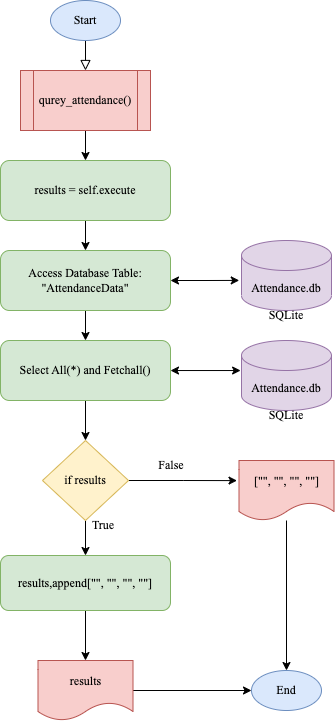
Before: Flow3.drawio.png, a diagram exported from draw.io (Raijeee/ShuttleTrack). Source tidied: cells renumbered, new cells last; positions are measured from the earlier drawing's top-left corner, leaving out a move shared by most shapes.
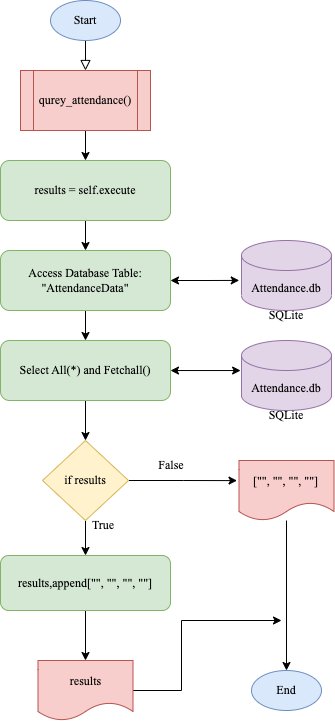
The same diagram one commit later.

The edit, as a diff of the source:
```diff
@@ -77,9 +77,16 @@
     <mxCell id="25" value="&lt;font face=&quot;Times New Roman&quot;&gt;results,append&lt;/font&gt;&lt;span style=&quot;font-family: &amp;quot;Times New Roman&amp;quot;;&quot;&gt;[&quot;&quot;, &quot;&quot;, &quot;&quot;, &quot;&quot;]&lt;/span&gt;&lt;span style=&quot;color: rgba(0, 0, 0, 0); font-family: monospace; font-size: 0px; text-align: start;&quot;&gt;%3CmxGraphModel%3E%3Croot%3E%3CmxCell%20id%3D%220%22%2F%3E%3CmxCell%20id%3D%221%22%20parent%3D%220%22%2F%3E%3CmxCell%20id%3D%222%22%20value%3D%22%26lt%3Bfont%20face%3D%26quot%3BTimes%20New%20Roman%26quot%3B%26gt%3BSelect%20All(*)%20and%20Fetchall()%26lt%3B%2Ffont%26gt%3B%22%20style%3D%22rounded%3D1%3BwhiteSpace%3Dwrap%3Bhtml%3D1%3BfillColor%3D%23d5e8d4%3BstrokeColor%3D%2382b366%3B%22%20vertex%3D%221%22%20parent%3D%221%22%3E%3CmxGeometry%20x%3D%22329%22%20y%3D%22370%22%20width%3D%22170%22%20height%3D%2260%22%20as%3D%22geometry%22%2F%3E%3C%2FmxCell%3E%3C%2Froot%3E%3C%2FmxGraphModel%3E&lt;/span&gt;&lt;span style=&quot;color: rgba(0, 0, 0, 0); font-family: monospace; font-size: 0px; text-align: start;&quot;&gt;%3CmxGraphModel%3E%3Croot%3E%3CmxCell%20id%3D%220%22%2F%3E%3CmxCell%20id%3D%221%22%20parent%3D%220%22%2F%3E%3CmxCell%20id%3D%222%22%20value%3D%22%26lt%3Bfont%20face%3D%26quot%3BTimes%20New%20Roman%26quot%3B%26gt%3BSelect%20All(*)%20and%20Fetchall()%26lt%3B%2Ffont%26gt%3B%22%20style%3D%22rounded%3D1%3BwhiteSpace%3Dwrap%3Bhtml%3D1%3BfillColor%3D%23d5e8d4%3BstrokeColor%3D%2382b366%3B%22%20vertex%3D%221%22%20parent%3D%221%22%3E%3CmxGeometry%20x%3D%22329%22%20y%3D%22370%22%20width%3D%22170%22%20height%3D%2260%22%20as%3D%22geometry%22%2F%3E%3C%2FmxCell%3E%3C%2Froot%3E%3C%2FmxGraphModel%3E&lt;/span&gt;" style="rounded=1;whiteSpace=wrap;html=1;fillColor=#d5e8d4;strokeColor=#82b366;" parent="1" vertex="1">
       <mxGeometry y="555" width="170" height="55" as="geometry" />
     </mxCell>
-    <mxCell id="26" style="edgeStyle=orthogonalEdgeStyle;rounded=0;jettySize=auto;html=1;entryX=0;entryY=0.5;entryDx=0;entryDy=0;fontFamily=Times New Roman;startArrow=none;startFill=0;" parent="1" edge="1" source="27" target="28">
-      <mxGeometry relative="1" as="geometry" />
-    </mxCell>
+    <mxCell id="30" style="edgeStyle=orthogonalEdgeStyle;rounded=0;jettySize=auto;html=1;" parent="1" edge="1" source="27">
+      <mxGeometry relative="1" as="geometry">
+        <mxPoint x="281" y="620" as="targetPoint" />
+        <Array as="points">
+          <mxPoint x="181" y="690" />
+          <mxPoint x="181" y="620" />
+          <mxPoint x="281" y="620" />
+        </Array>
+      </mxGeometry>
+    </mxCell>
     <mxCell id="27" value="results" style="shape=document;whiteSpace=wrap;html=1;boundedLbl=1;fontFamily=Times New Roman;fillColor=#f8cecc;strokeColor=#b85450;" parent="1" vertex="1">
       <mxGeometry x="37.5" y="660" width="95" height="60" as="geometry" />
     </mxCell>
```
